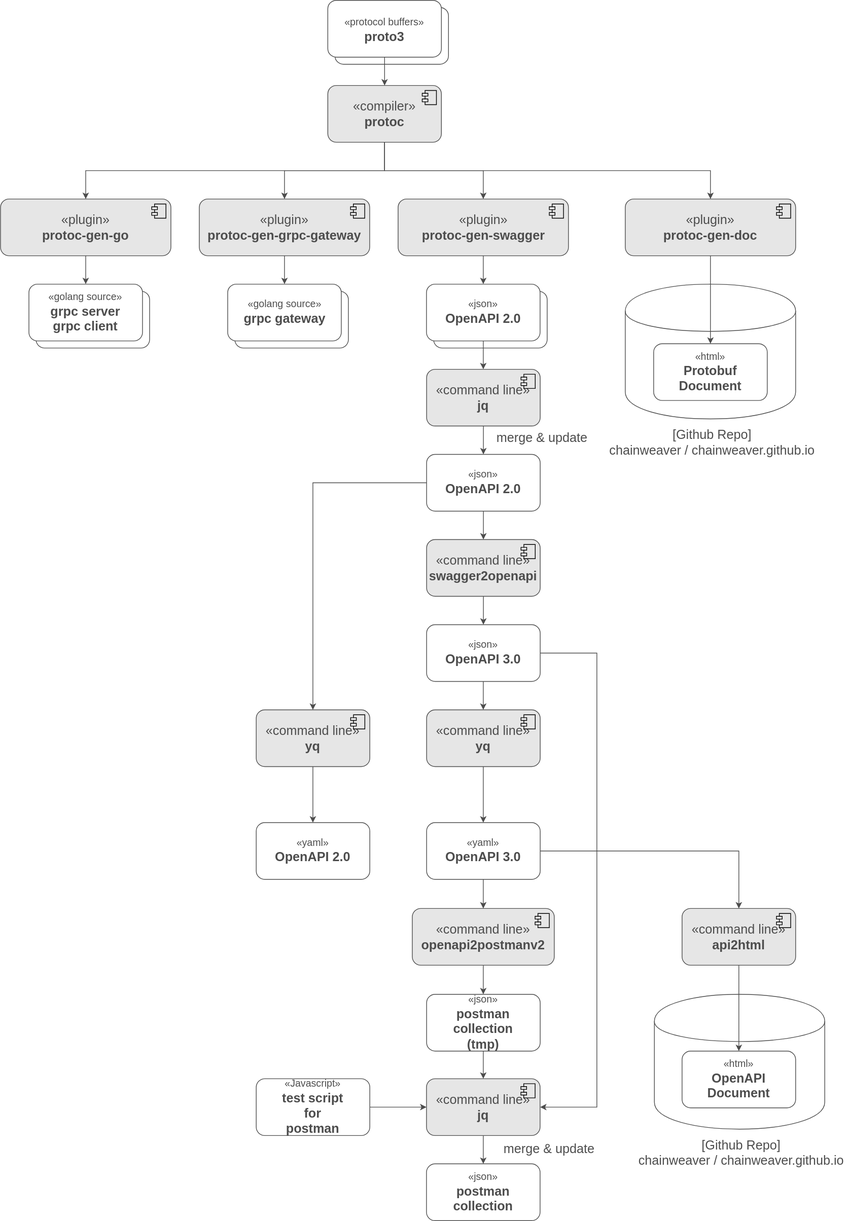
chainweaver/protobuf keeps this draw.io diagram as doc/build-flow.svg. Above is the earlier version. Source tidied: cells renumbered, new cells last; positions are measured from the earlier drawing's top-left corner, leaving out a move shared by most shapes.
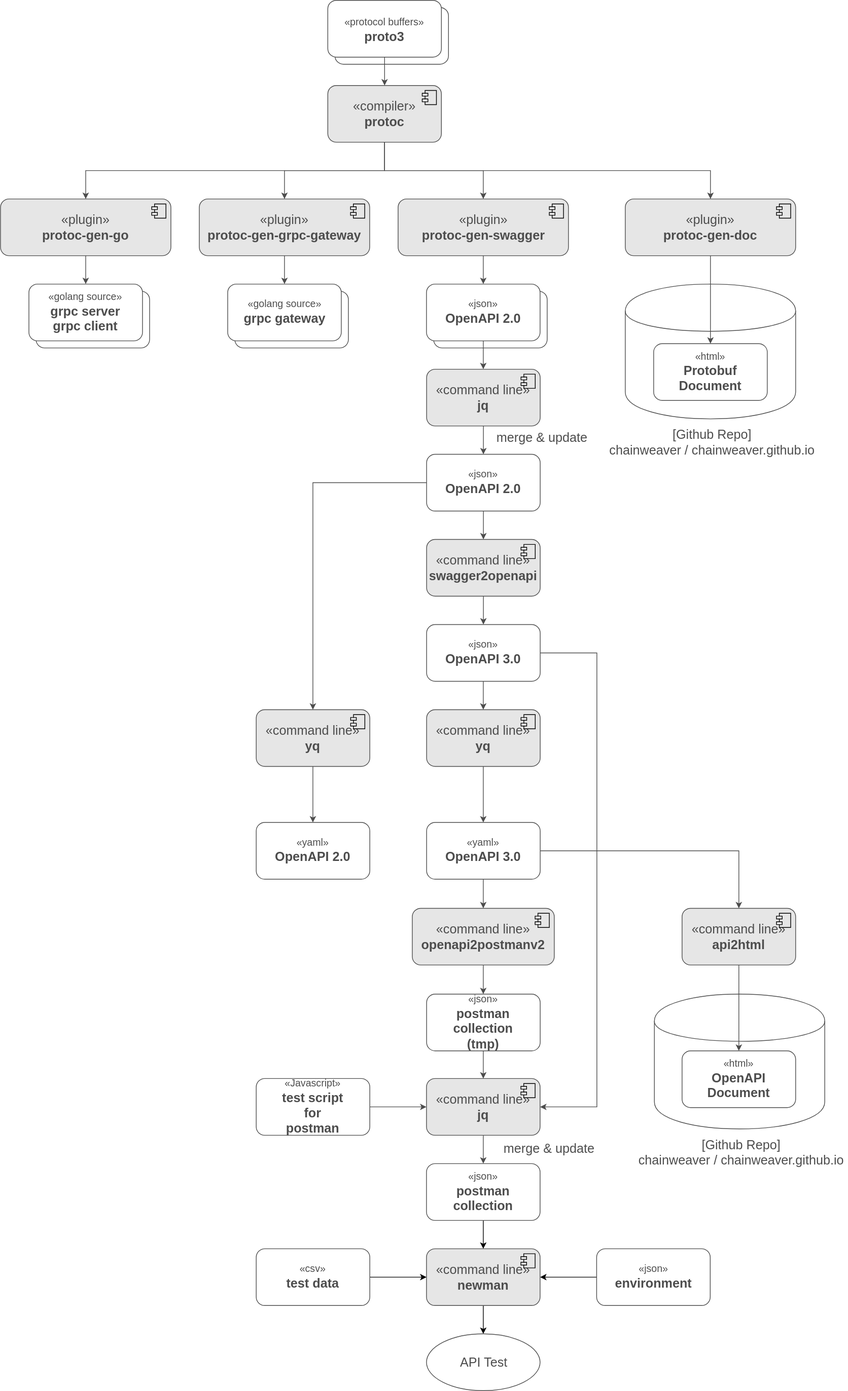
The same file after the commit.

Diff of the diagram source:
```diff
@@ -210,6 +210,9 @@
     <mxCell id="62" value="&lt;font style=&quot;font-size: 14px&quot;&gt;«Javascript»&lt;/font&gt;&lt;br&gt;&lt;b&gt;test script&lt;br&gt;for&lt;br&gt;postman&lt;br&gt;&lt;/b&gt;" style="html=1;rounded=1;strokeColor=#4D4D4D;fontSize=18;fontColor=#4D4D4D;spacingBottom=6;" parent="1" vertex="1">
       <mxGeometry x="360.2" y="1520" width="160" height="80" as="geometry" />
     </mxCell>
+    <mxCell id="74" style="edgeStyle=orthogonalEdgeStyle;rounded=0;jettySize=auto;html=1;" parent="1" edge="1" source="63" target="76">
+      <mxGeometry relative="1" as="geometry" />
+    </mxCell>
     <mxCell id="63" value="&lt;font style=&quot;font-size: 14px&quot;&gt;«json»&lt;/font&gt;&lt;br&gt;&lt;b&gt;postman&lt;br&gt;collection&lt;br&gt;&lt;/b&gt;" style="html=1;rounded=1;strokeColor=#4D4D4D;fontSize=18;fontColor=#4D4D4D;spacingBottom=6;" parent="1" vertex="1">
       <mxGeometry x="600" y="1640" width="160" height="80" as="geometry" />
     </mxCell>
@@ -247,5 +250,31 @@
     <mxCell id="73" value="[Github Repo]&lt;br&gt;chainweaver / chainweaver.github.io" style="text;html=1;align=center;verticalAlign=top;spacingTop=-4;fontSize=18;fontColor=#4D4D4D;" parent="1" vertex="1">
       <mxGeometry x="893" y="1601" width="300" height="50" as="geometry" />
     </mxCell>
+    <mxCell id="75" style="edgeStyle=orthogonalEdgeStyle;rounded=0;jettySize=auto;html=1;fontColor=#4D4D4D;" parent="1" edge="1" source="76" target="82">
+      <mxGeometry relative="1" as="geometry" />
+    </mxCell>
+    <mxCell id="76" value="«command line»&lt;br&gt;&lt;b&gt;newman&lt;/b&gt;&lt;br&gt;" style="html=1;rounded=1;strokeColor=#4D4D4D;fontSize=18;fontColor=#4D4D4D;fillColor=#E6E6E6;" parent="1" vertex="1">
+      <mxGeometry x="600" y="1760" width="160" height="80" as="geometry" />
+    </mxCell>
+    <mxCell id="77" style="shape=component;jettyWidth=8;jettyHeight=4;fillColor=#E6E6E6;" parent="76" vertex="1">
+      <mxGeometry x="1" width="20" height="20" relative="1" as="geometry">
+        <mxPoint x="-27" y="7" as="offset" />
+      </mxGeometry>
+    </mxCell>
+    <mxCell id="78" style="edgeStyle=orthogonalEdgeStyle;rounded=0;jettySize=auto;html=1;" parent="1" edge="1" source="79" target="76">
+      <mxGeometry relative="1" as="geometry" />
+    </mxCell>
+    <mxCell id="79" value="&lt;font style=&quot;font-size: 14px&quot;&gt;«csv»&lt;/font&gt;&lt;br&gt;&lt;b&gt;test data&lt;br&gt;&lt;/b&gt;" style="html=1;rounded=1;strokeColor=#4D4D4D;fontSize=18;fontColor=#4D4D4D;spacingBottom=6;" parent="1" vertex="1">
+      <mxGeometry x="360.2" y="1760" width="160" height="80" as="geometry" />
+    </mxCell>
+    <mxCell id="80" style="edgeStyle=orthogonalEdgeStyle;rounded=0;jettySize=auto;html=1;" parent="1" edge="1" source="81" target="76">
+      <mxGeometry relative="1" as="geometry" />
+    </mxCell>
+    <mxCell id="81" value="&lt;font style=&quot;font-size: 14px&quot;&gt;«json»&lt;/font&gt;&lt;br&gt;&lt;b&gt;environment&lt;br&gt;&lt;/b&gt;" style="html=1;rounded=1;strokeColor=#4D4D4D;fontSize=18;fontColor=#4D4D4D;spacingBottom=6;" parent="1" vertex="1">
+      <mxGeometry x="839.7" y="1760" width="160" height="80" as="geometry" />
+    </mxCell>
+    <mxCell id="82" value="&lt;font style=&quot;font-size: 18px&quot;&gt;API Test&lt;/font&gt;" style="ellipse;whiteSpace=wrap;html=1;strokeColor=#4D4D4D;align=center;fontColor=#4D4D4D;" parent="1" vertex="1">
+      <mxGeometry x="600" y="1880" width="160" height="80" as="geometry" />
+    </mxCell>
   </root>
 </mxGraphModel>
```
